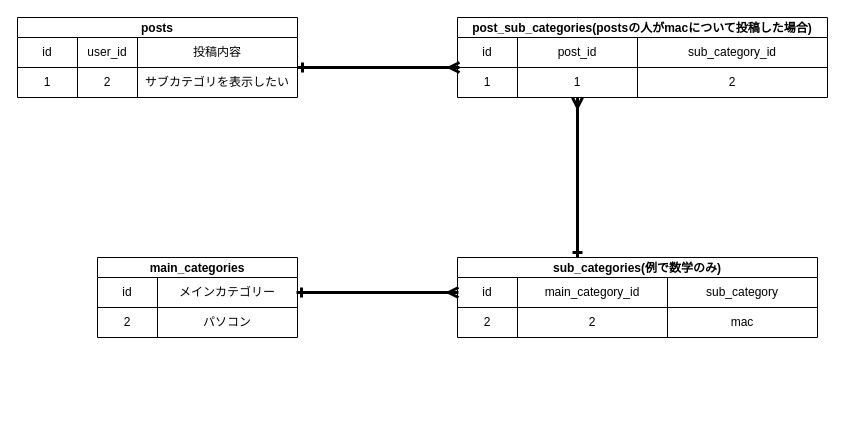
I-Kouta/compass keeps this draw.io diagram as page "投稿一覧にサブカテゴリを表示したい" (2 of 2) of compass.dio. Above is the earlier version. Source tidied: cells renumbered, new cells numbered last; positions are measured from the earlier drawing's top-left corner, leaving out a move shared by most shapes. Both pictures are drawn from the tidied source at 100%, with x=0, y=0 at pixel (17, 17).
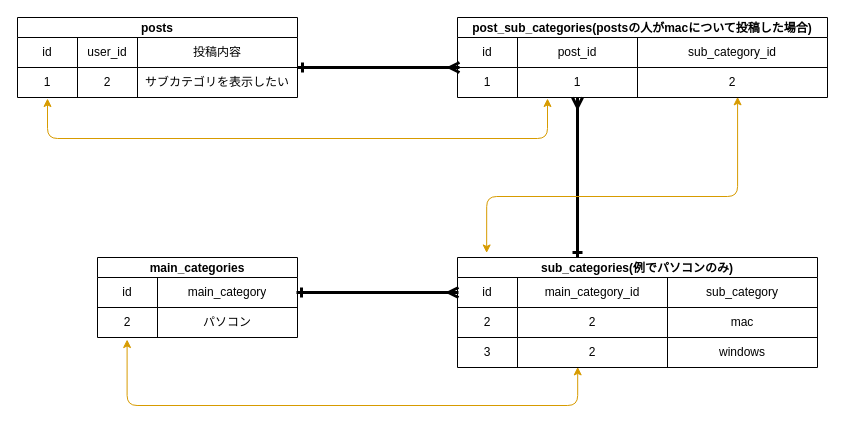
The same page after the edit.

Commit message:
説明のためのER図作成しました

Unchanged cells that the change refers to:
```xml
<mxCell id="16" style="shape=partialRectangle;html=1;whiteSpace=wrap;fillColor=none;top=0;left=0;bottom=0;right=0;points=[[0,0.5],[1,0.5]];portConstraint=eastwest;" parent="11" vertex="1">
  <mxGeometry y="50" width="370" height="30" as="geometry" />
</mxCell>
<mxCell id="32" style="shape=partialRectangle;html=1;whiteSpace=wrap;fillColor=none;top=0;left=0;bottom=0;right=0;" parent="31" vertex="1">
  <mxGeometry y="20" width="200" height="30" as="geometry" />
</mxCell>
<mxCell id="35" style="shape=partialRectangle;html=1;whiteSpace=wrap;fillColor=none;top=0;left=0;bottom=0;right=0;points=[[0,0.5],[1,0.5]];portConstraint=eastwest;" parent="31" vertex="1">
  <mxGeometry y="50" width="200" height="30" as="geometry" />
</mxCell>
```

Change to the diagram source:
```diff
@@
-    <mxCell id="20" value="sub_categories(例で数学のみ)" style="shape=table;startSize=20;childLayout=tableLayout;fontStyle=1;align=center;" parent="1" vertex="1">
-      <mxGeometry x="440" y="240" width="360" height="80" as="geometry" />
+    <mxCell id="20" value="sub_categories(例でパソコンのみ)" style="shape=table;startSize=20;childLayout=tableLayout;fontStyle=1;align=center;" parent="1" vertex="1">
+      <mxGeometry x="440" y="240" width="360" height="110" as="geometry" />
     </mxCell>
@@
+    <mxCell id="39" style="shape=partialRectangle;html=1;whiteSpace=wrap;fillColor=none;top=0;left=0;bottom=0;right=0;" parent="20" vertex="1">
+      <mxGeometry y="80" width="360" height="30" as="geometry" />
+    </mxCell>
+    <mxCell id="40" value="3" style="shape=partialRectangle;html=1;whiteSpace=wrap;fillColor=none;top=0;left=0;bottom=0;right=0;overflow=hidden;" parent="39" vertex="1">
+      <mxGeometry width="60" height="30" as="geometry" />
+    </mxCell>
+    <mxCell id="41" value="2" style="shape=partialRectangle;html=1;whiteSpace=wrap;fillColor=none;top=0;left=0;bottom=0;right=0;overflow=hidden;" parent="39" vertex="1">
+      <mxGeometry x="60" width="150" height="30" as="geometry" />
+    </mxCell>
+    <mxCell id="42" value="windows" style="shape=partialRectangle;html=1;whiteSpace=wrap;fillColor=none;top=0;left=0;bottom=0;right=0;overflow=hidden;" parent="39" vertex="1">
+      <mxGeometry x="210" width="150" height="30" as="geometry" />
+    </mxCell>
@@
-    <mxCell id="34" value="メインカテゴリー" style="shape=partialRectangle;html=1;whiteSpace=wrap;fillColor=none;top=0;left=0;bottom=0;right=0;overflow=hidden;" parent="32" vertex="1">
+    <mxCell id="34" value="main_category" style="shape=partialRectangle;html=1;whiteSpace=wrap;fillColor=none;top=0;left=0;bottom=0;right=0;overflow=hidden;" parent="32" vertex="1">
       <mxGeometry x="60" width="140" height="30" as="geometry" />
     </mxCell>
@@
+    <mxCell id="43" style="edgeStyle=segmentEdgeStyle;endArrow=classic;html=1;startArrow=classic;startFill=1;exitX=0.334;exitY=1.045;exitDx=0;exitDy=0;exitPerimeter=0;fillColor=#ffcd28;strokeColor=#d79b00;gradientColor=#ffa500;entryX=0.148;entryY=1.067;entryDx=0;entryDy=0;entryPerimeter=0;" parent="1" edge="1" target="35">
+      <mxGeometry relative="1" as="geometry">
+        <mxPoint x="560.2" y="349.4" as="sourcePoint" />
+        <Array as="points">
+          <mxPoint x="560" y="388" />
+          <mxPoint x="110" y="388" />
+        </Array>
+      </mxGeometry>
+    </mxCell>
+    <mxCell id="44" style="edgeStyle=segmentEdgeStyle;endArrow=classic;html=1;startArrow=classic;startFill=1;fillColor=#ffcd28;strokeColor=#d79b00;gradientColor=#ffa500;" parent="1" edge="1">
+      <mxGeometry relative="1" as="geometry">
+        <mxPoint x="530" y="81" as="sourcePoint" />
+        <mxPoint x="30" y="81" as="targetPoint" />
+        <Array as="points">
+          <mxPoint x="530" y="121" />
+          <mxPoint x="30" y="121" />
+        </Array>
+      </mxGeometry>
+    </mxCell>
+    <mxCell id="45" style="edgeStyle=segmentEdgeStyle;endArrow=classic;html=1;startArrow=classic;startFill=1;fillColor=#ffcd28;strokeColor=#d79b00;gradientColor=#ffa500;exitX=0.757;exitY=0.978;exitDx=0;exitDy=0;exitPerimeter=0;entryX=0.081;entryY=-0.041;entryDx=0;entryDy=0;entryPerimeter=0;" parent="1" edge="1" source="16" target="20">
+      <mxGeometry relative="1" as="geometry">
+        <Array as="points">
+          <mxPoint x="720" y="179" />
+          <mxPoint x="469" y="179" />
+        </Array>
+      </mxGeometry>
+    </mxCell>
```
